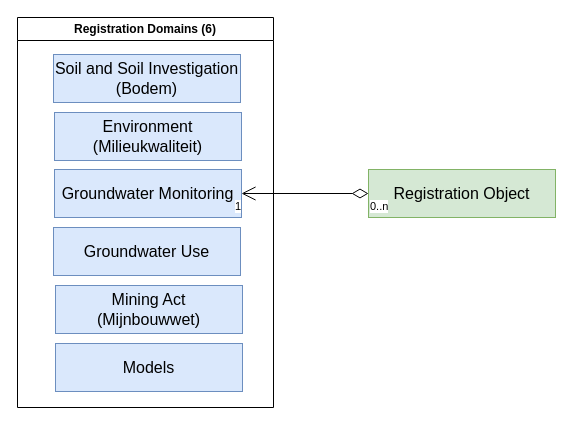
The draw.io diagram GU.drawio in malukawasaki/CommonGround, before the edit. Source tidied: cells renumbered, new cells numbered last; positions are measured from the earlier drawing's top-left corner, leaving out a move shared by most shapes. Both pictures are drawn from the tidied source at 100%, with x=0, y=0 at pixel (17, 17).
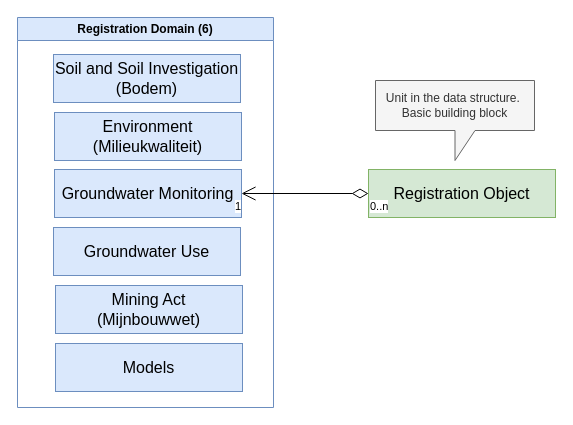
The same diagram, later.

Change to the diagram source:
```diff
@@
 <mxGraphModel>
   <root>
     <mxCell id="0" />
     <mxCell id="1" parent="0" />
     <mxCell id="2" value="&lt;div style=&quot;&quot;&gt;&lt;font size=&quot;3&quot; face=&quot;sans-serif&quot;&gt;Soil and Soil Investigation&lt;/font&gt;&lt;/div&gt;&lt;div style=&quot;&quot;&gt;&lt;font size=&quot;3&quot; face=&quot;sans-serif&quot;&gt;(Bodem)&lt;/font&gt;&lt;/div&gt;" style="rounded=0;whiteSpace=wrap;html=1;fillColor=#dae8fc;strokeColor=#6c8ebf;align=center;" parent="1" vertex="1">
       <mxGeometry x="36" y="37" width="187" height="48" as="geometry" />
     </mxCell>
     <mxCell id="3" value="&lt;div style=&quot;&quot;&gt;&lt;font size=&quot;3&quot; face=&quot;sans-serif&quot;&gt;Environment (Milieukwaliteit)&lt;/font&gt;&lt;/div&gt;" style="rounded=0;whiteSpace=wrap;html=1;fillColor=#dae8fc;strokeColor=#6c8ebf;align=center;" parent="1" vertex="1">
       <mxGeometry x="37" y="95" width="187" height="48" as="geometry" />
     </mxCell>
     <mxCell id="4" value="&lt;div style=&quot;&quot;&gt;&lt;font size=&quot;3&quot; face=&quot;sans-serif&quot;&gt;Groundwater Monitoring&lt;/font&gt;&lt;/div&gt;" style="rounded=0;whiteSpace=wrap;html=1;fillColor=#dae8fc;strokeColor=#6c8ebf;align=center;" parent="1" vertex="1">
       <mxGeometry x="37" y="152" width="187" height="48" as="geometry" />
     </mxCell>
     <mxCell id="5" value="&lt;div style=&quot;&quot;&gt;&lt;font size=&quot;3&quot; face=&quot;sans-serif&quot;&gt;Groundwater Use&lt;/font&gt;&lt;/div&gt;" style="rounded=0;whiteSpace=wrap;html=1;fillColor=#dae8fc;strokeColor=#6c8ebf;align=center;" parent="1" vertex="1">
       <mxGeometry x="36" y="210" width="187" height="48" as="geometry" />
     </mxCell>
     <mxCell id="6" value="&lt;div style=&quot;&quot;&gt;&lt;font size=&quot;3&quot; face=&quot;sans-serif&quot;&gt;Mining Act&lt;/font&gt;&lt;/div&gt;&lt;div style=&quot;&quot;&gt;&lt;font size=&quot;3&quot; face=&quot;sans-serif&quot;&gt;(Mijnbouwwet)&lt;/font&gt;&lt;/div&gt;" style="rounded=0;whiteSpace=wrap;html=1;fillColor=#dae8fc;strokeColor=#6c8ebf;align=center;" parent="1" vertex="1">
       <mxGeometry x="38" y="268" width="187" height="48" as="geometry" />
     </mxCell>
     <mxCell id="7" value="&lt;div style=&quot;&quot;&gt;&lt;font size=&quot;3&quot; face=&quot;sans-serif&quot;&gt;Models&lt;/font&gt;&lt;/div&gt;" style="rounded=0;whiteSpace=wrap;html=1;fillColor=#dae8fc;strokeColor=#6c8ebf;align=center;" parent="1" vertex="1">
       <mxGeometry x="38" y="326" width="187" height="48" as="geometry" />
     </mxCell>
-    <mxCell id="8" value="Registration Domains (6)" style="swimlane;whiteSpace=wrap;html=1;" parent="1" vertex="1">
+    <mxCell id="8" value="Registration Domain (6)" style="swimlane;whiteSpace=wrap;html=1;fillColor=#dae8fc;strokeColor=#6c8ebf;" parent="1" vertex="1">
       <mxGeometry width="256" height="390" as="geometry" />
     </mxCell>
     <mxCell id="9" value="&lt;div style=&quot;&quot;&gt;&lt;font size=&quot;3&quot; face=&quot;sans-serif&quot;&gt;Registration Object&lt;/font&gt;&lt;/div&gt;" style="rounded=0;whiteSpace=wrap;html=1;fillColor=#d5e8d4;strokeColor=#82b366;align=center;" parent="1" vertex="1">
       <mxGeometry x="351" y="152" width="187" height="48" as="geometry" />
     </mxCell>
     <mxCell id="10" style="endArrow=open;html=1;endSize=12;startArrow=diamondThin;startSize=14;startFill=0;edgeStyle=orthogonalEdgeStyle;rounded=0;entryX=1;entryY=0.5;entryDx=0;entryDy=0;exitX=0;exitY=0.5;exitDx=0;exitDy=0;" parent="1" edge="1" source="9" target="4">
       <mxGeometry relative="1" as="geometry" />
     </mxCell>
     <mxCell id="11" value="0..n" style="edgeLabel;html=1;align=left;verticalAlign=top;" parent="10" vertex="1">
       <mxGeometry x="-1" relative="1" as="geometry" />
     </mxCell>
     <mxCell id="12" value="1" style="edgeLabel;html=1;align=right;verticalAlign=top;" parent="10" vertex="1">
       <mxGeometry x="1" relative="1" as="geometry" />
     </mxCell>
+    <mxCell id="13" value="Unit in the data structure.&amp;nbsp;&lt;div&gt;Basic building block&lt;/div&gt;" style="shape=callout;whiteSpace=wrap;html=1;perimeter=calloutPerimeter;fillColor=#f5f5f5;strokeColor=#666666;fontColor=#333333;" parent="1" vertex="1">
+      <mxGeometry x="358" y="63" width="159" height="80" as="geometry" />
+    </mxCell>
   </root>
 </mxGraphModel>
```
